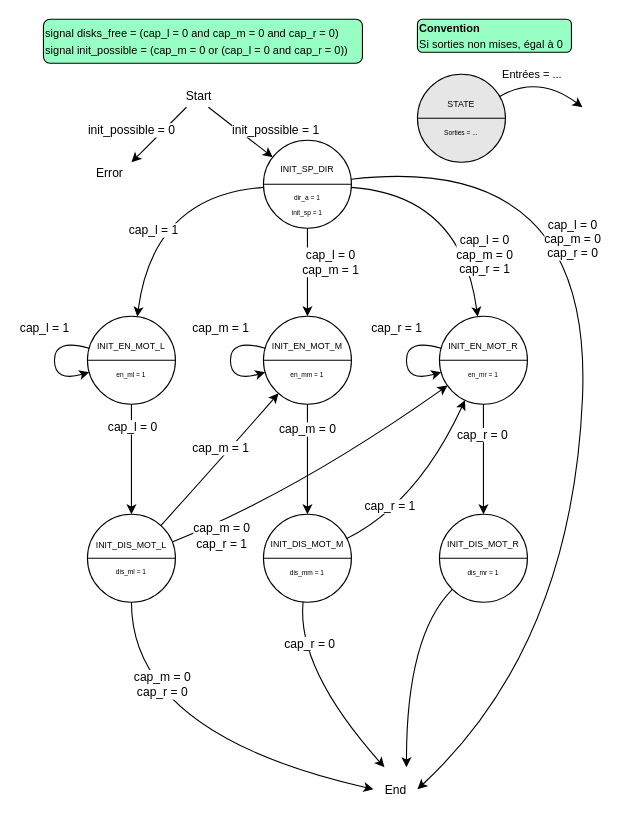
The draw.io diagram doc/diags/state_init_sequence.drawio in Schokiiiiiiii/csn26, before the edit. Source tidied: cells renumbered, new cells numbered last; positions are measured from the earlier drawing's top-left corner, leaving out a move shared by most shapes. Both pictures are drawn from the tidied source at 110%, with x=0, y=0 at pixel (43, 19).
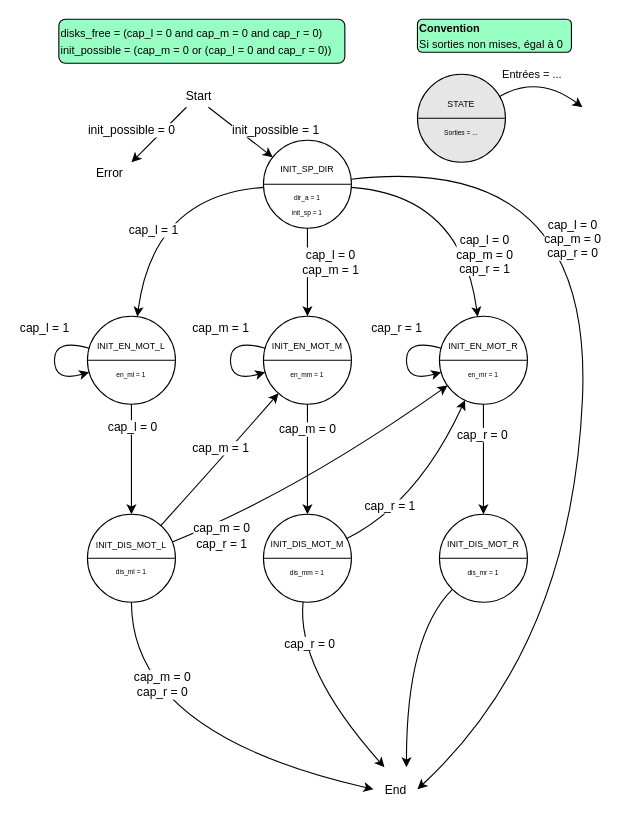
After the change.

What changed in the source:
```diff
@@
-    <mxCell id="6" value="&lt;font style=&quot;font-size: 10px;&quot;&gt;signal disks_free =&amp;nbsp;&lt;span style=&quot;background-color: transparent; color: light-dark(rgb(0, 0, 0), rgb(255, 255, 255));&quot;&gt;(cap_l = 0 and cap_m = 0 and cap_r = 0)&lt;/span&gt;&lt;/font&gt;&lt;div style=&quot;&quot;&gt;&lt;span style=&quot;background-color: transparent; color: light-dark(rgb(0, 0, 0), rgb(255, 255, 255));&quot;&gt;&lt;font style=&quot;font-size: 10px;&quot;&gt;signal init_possible = (cap_m = 0 or (cap_l = 0 and cap_r = 0))&lt;/font&gt;&lt;/span&gt;&lt;/div&gt;" style="rounded=1;whiteSpace=wrap;html=1;align=left;fillColor=#97FFC4;" parent="1" vertex="1">
-      <mxGeometry width="290" height="40" as="geometry" />
+    <mxCell id="6" value="&lt;font style=&quot;font-size: 10px;&quot;&gt;disks_free =&amp;nbsp;&lt;span style=&quot;background-color: transparent; color: light-dark(rgb(0, 0, 0), rgb(255, 255, 255));&quot;&gt;(cap_l = 0 and cap_m = 0 and cap_r = 0)&lt;/span&gt;&lt;/font&gt;&lt;div style=&quot;&quot;&gt;&lt;span style=&quot;background-color: transparent; color: light-dark(rgb(0, 0, 0), rgb(255, 255, 255));&quot;&gt;&lt;font style=&quot;font-size: 10px;&quot;&gt;init_possible = (cap_m = 0 or (cap_l = 0 and cap_r = 0))&lt;/font&gt;&lt;/span&gt;&lt;/div&gt;" style="rounded=1;whiteSpace=wrap;html=1;align=left;fillColor=#97FFC4;" parent="1" vertex="1">
+      <mxGeometry x="14" width="260" height="40" as="geometry" />
     </mxCell>
```
